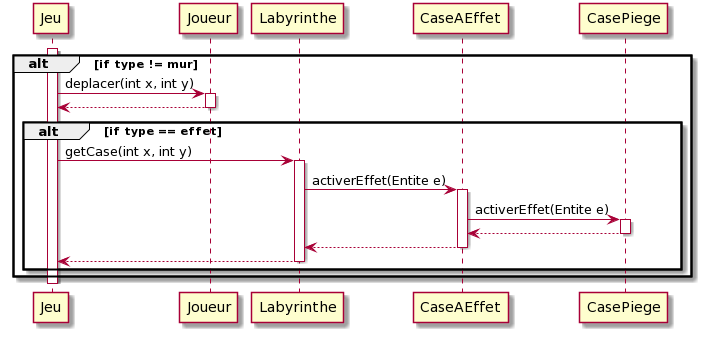
This is documents/version_2/Diagramme_sequence_case_piege.png from icetomtom/2020_COO_Zeldiablo_muller742u_etchevar1u_huet41u_bouillo15u, a PlantUML export, as it was before one commit.
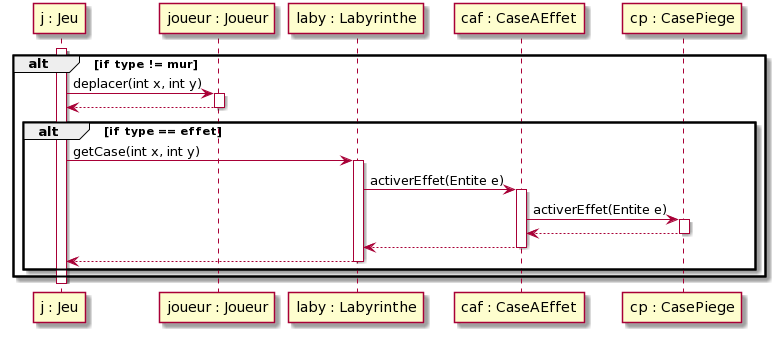
After the commit.

The edit, as a diff of the source:
```diff
@@ -1,26 +1,26 @@
 @startuml
-activate Jeu
+activate "j : Jeu"
 
 alt if type != mur
-    Jeu -> Joueur : deplacer(int x, int y)
-    activate Joueur
-    Joueur --> Jeu
-    deactivate Joueur
+    "j : Jeu" -> "joueur : Joueur" : deplacer(int x, int y)
+    activate "joueur : Joueur"
+    "joueur : Joueur" --> "j : Jeu"
+    deactivate "joueur : Joueur"
     alt if type == effet
-    Jeu -> Labyrinthe : getCase(int x, int y)
-    activate Labyrinthe
-    Labyrinthe -> CaseAEffet : activerEffet(Entite e)
-    activate CaseAEffet
-    CaseAEffet -> CasePiege : activerEffet(Entite e)
-    activate CasePiege
-    CasePiege --> CaseAEffet
-    deactivate CasePiege
-    CaseAEffet --> Labyrinthe
-    deactivate CaseAEffet
-    Labyrinthe --> Jeu
-    deactivate Labyrinthe
+    "j : Jeu" -> "laby : Labyrinthe" : getCase(int x, int y)
+    activate "laby : Labyrinthe"
+    "laby : Labyrinthe" -> "caf : CaseAEffet" : activerEffet(Entite e)
+    activate "caf : CaseAEffet"
+    "caf : CaseAEffet" -> "cp : CasePiege" : activerEffet(Entite e)
+    activate "cp : CasePiege"
+    "cp : CasePiege" --> "caf : CaseAEffet"
+    deactivate "cp : CasePiege"
+    "caf : CaseAEffet" --> "laby : Labyrinthe"
+    deactivate "caf : CaseAEffet"
+    "laby : Labyrinthe" --> "j : Jeu"
+    deactivate "laby : Labyrinthe"
 end
 end
 
-deactivate Jeu
+deactivate "j : Jeu"
 @enduml
```
